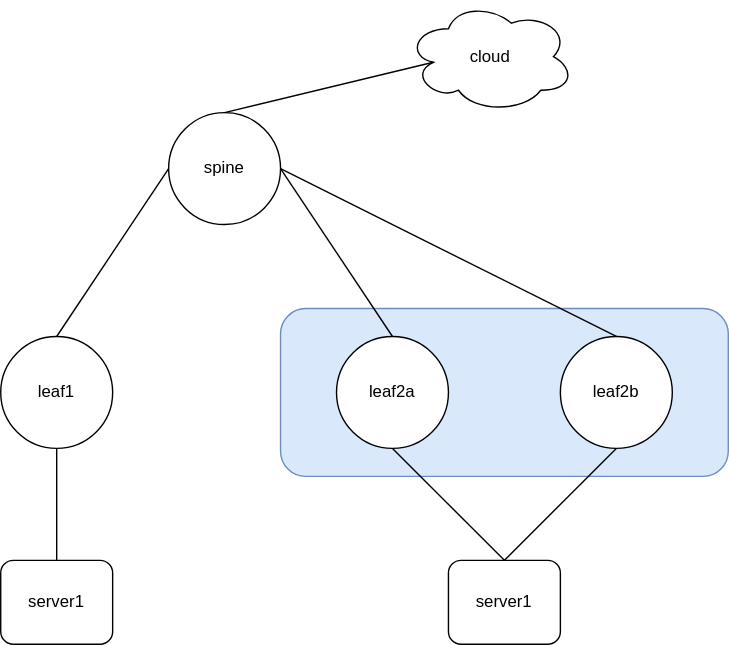
This is source/_posts/vxlan-simple/vxlan-simple.drawio.svg from martyrsmith/martyrsmith.github.io, a draw.io export, as it was before one commit. Source tidied: cells renumbered, new cells last; positions are measured from the earlier drawing's top-left corner, leaving out a move shared by most shapes. Its diagram source:
```xml
<mxGraphModel>
  <root>
    <mxCell id="0" />
    <mxCell id="1" parent="0" />
    <mxCell id="2" style="rounded=1;whiteSpace=wrap;html=1;fillColor=#dae8fc;strokeColor=#6c8ebf;" parent="1" vertex="1">
      <mxGeometry x="200" y="220" width="320" height="120" as="geometry" />
    </mxCell>
    <mxCell id="3" value="spine" style="ellipse;whiteSpace=wrap;html=1;" parent="1" vertex="1">
      <mxGeometry x="120" y="80" width="80" height="80" as="geometry" />
    </mxCell>
    <mxCell id="4" style="rounded=0;jettySize=auto;html=1;exitX=0.5;exitY=0;exitDx=0;exitDy=0;entryX=0;entryY=0.5;entryDx=0;entryDy=0;endArrow=none;endFill=0;" parent="1" edge="1" source="5" target="3">
      <mxGeometry relative="1" as="geometry" />
    </mxCell>
    <mxCell id="5" value="leaf1" style="ellipse;whiteSpace=wrap;html=1;" parent="1" vertex="1">
      <mxGeometry y="240" width="80" height="80" as="geometry" />
    </mxCell>
    <mxCell id="6" style="rounded=0;jettySize=auto;html=1;exitX=0.5;exitY=0;exitDx=0;exitDy=0;entryX=1;entryY=0.5;entryDx=0;entryDy=0;endArrow=none;endFill=0;" parent="1" edge="1" source="7" target="3">
      <mxGeometry relative="1" as="geometry" />
    </mxCell>
    <mxCell id="7" value="leaf2a" style="ellipse;whiteSpace=wrap;html=1;" parent="1" vertex="1">
      <mxGeometry x="240" y="240" width="80" height="80" as="geometry" />
    </mxCell>
    <mxCell id="8" style="rounded=0;jettySize=auto;html=1;exitX=0.5;exitY=0;exitDx=0;exitDy=0;entryX=1;entryY=0.5;entryDx=0;entryDy=0;endArrow=none;endFill=0;" parent="1" edge="1" source="9" target="3">
      <mxGeometry relative="1" as="geometry" />
    </mxCell>
    <mxCell id="9" value="leaf2b" style="ellipse;whiteSpace=wrap;html=1;" parent="1" vertex="1">
      <mxGeometry x="400" y="240" width="80" height="80" as="geometry" />
    </mxCell>
    <mxCell id="10" style="edgeStyle=none;rounded=0;jettySize=auto;html=1;exitX=0.5;exitY=0;exitDx=0;exitDy=0;entryX=0.5;entryY=1;entryDx=0;entryDy=0;endArrow=none;endFill=0;" parent="1" edge="1" source="11" target="5">
      <mxGeometry relative="1" as="geometry" />
    </mxCell>
    <mxCell id="11" value="server1" style="rounded=1;whiteSpace=wrap;html=1;" parent="1" vertex="1">
      <mxGeometry y="400" width="80" height="60" as="geometry" />
    </mxCell>
    <mxCell id="12" style="edgeStyle=none;rounded=0;jettySize=auto;html=1;exitX=0.5;exitY=0;exitDx=0;exitDy=0;entryX=0.5;entryY=1;entryDx=0;entryDy=0;endArrow=none;endFill=0;" parent="1" edge="1" source="14" target="7">
      <mxGeometry relative="1" as="geometry" />
    </mxCell>
    <mxCell id="13" style="edgeStyle=none;rounded=0;jettySize=auto;html=1;exitX=0.5;exitY=0;exitDx=0;exitDy=0;entryX=0.5;entryY=1;entryDx=0;entryDy=0;endArrow=none;endFill=0;" parent="1" edge="1" source="14" target="9">
      <mxGeometry relative="1" as="geometry" />
    </mxCell>
    <mxCell id="14" value="server1" style="rounded=1;whiteSpace=wrap;html=1;" parent="1" vertex="1">
      <mxGeometry x="320" y="400" width="80" height="60" as="geometry" />
    </mxCell>
    <mxCell id="15" value="cloud" style="ellipse;shape=cloud;whiteSpace=wrap;html=1;" parent="1" vertex="1">
      <mxGeometry x="290" width="120" height="80" as="geometry" />
    </mxCell>
    <mxCell id="16" style="endArrow=none;html=1;rounded=0;entryX=0.16;entryY=0.55;entryDx=0;entryDy=0;entryPerimeter=0;exitX=0.5;exitY=0;exitDx=0;exitDy=0;" parent="1" edge="1" source="3" target="15">
      <mxGeometry relative="1" as="geometry" />
    </mxCell>
  </root>
</mxGraphModel>
```
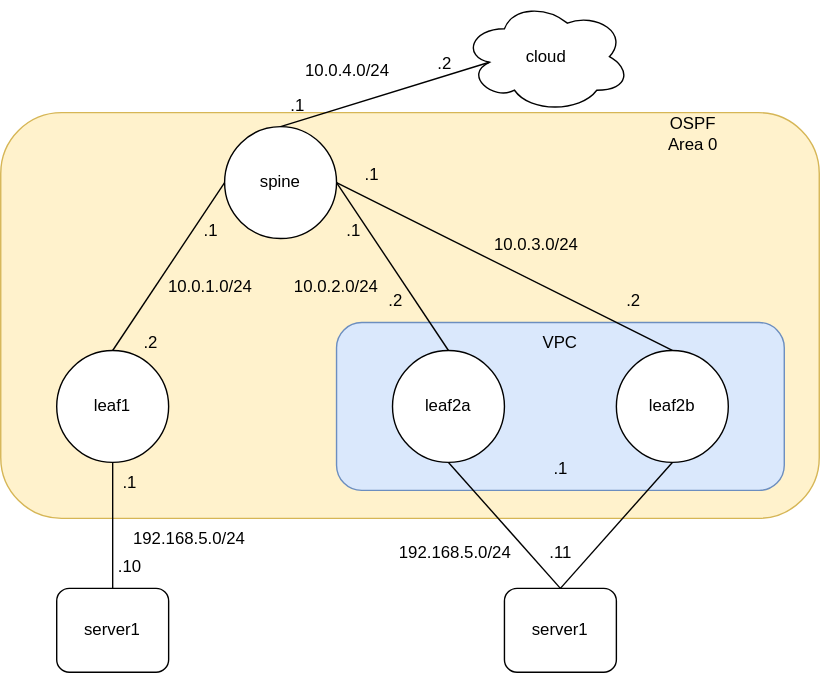
After the commit.

Commit message:
vxlan - temp

Diff of the diagram source:
```diff
@@ -2,6 +2,9 @@
   <root>
     <mxCell id="0" />
     <mxCell id="1" parent="0" />
+    <mxCell id="17" style="rounded=1;whiteSpace=wrap;html=1;fillColor=#fff2cc;strokeColor=#d6b656;" parent="1" vertex="1">
+      <mxGeometry x="-40" y="70" width="585" height="290" as="geometry" />
+    </mxCell>
     <mxCell id="2" style="rounded=1;whiteSpace=wrap;html=1;fillColor=#dae8fc;strokeColor=#6c8ebf;" parent="1" vertex="1">
       <mxGeometry x="200" y="220" width="320" height="120" as="geometry" />
     </mxCell>
@@ -30,7 +33,7 @@
       <mxGeometry relative="1" as="geometry" />
     </mxCell>
     <mxCell id="11" value="server1" style="rounded=1;whiteSpace=wrap;html=1;" parent="1" vertex="1">
-      <mxGeometry y="400" width="80" height="60" as="geometry" />
+      <mxGeometry y="410" width="80" height="60" as="geometry" />
     </mxCell>
     <mxCell id="12" style="edgeStyle=none;rounded=0;jettySize=auto;html=1;exitX=0.5;exitY=0;exitDx=0;exitDy=0;entryX=0.5;entryY=1;entryDx=0;entryDy=0;endArrow=none;endFill=0;" parent="1" edge="1" source="14" target="7">
       <mxGeometry relative="1" as="geometry" />
@@ -39,13 +42,73 @@
       <mxGeometry relative="1" as="geometry" />
     </mxCell>
     <mxCell id="14" value="server1" style="rounded=1;whiteSpace=wrap;html=1;" parent="1" vertex="1">
-      <mxGeometry x="320" y="400" width="80" height="60" as="geometry" />
+      <mxGeometry x="320" y="410" width="80" height="60" as="geometry" />
     </mxCell>
     <mxCell id="15" value="cloud" style="ellipse;shape=cloud;whiteSpace=wrap;html=1;" parent="1" vertex="1">
-      <mxGeometry x="290" width="120" height="80" as="geometry" />
+      <mxGeometry x="290" y="-10" width="120" height="80" as="geometry" />
     </mxCell>
     <mxCell id="16" style="endArrow=none;html=1;rounded=0;entryX=0.16;entryY=0.55;entryDx=0;entryDy=0;entryPerimeter=0;exitX=0.5;exitY=0;exitDx=0;exitDy=0;" parent="1" edge="1" source="3" target="15">
       <mxGeometry relative="1" as="geometry" />
     </mxCell>
+    <mxCell id="18" value="10.0.2.0/24" style="text;html=1;strokeColor=none;fillColor=none;align=center;verticalAlign=middle;whiteSpace=wrap;rounded=0;" parent="1" vertex="1">
+      <mxGeometry x="170" y="180" width="60" height="30" as="geometry" />
+    </mxCell>
+    <mxCell id="19" value="10.0.3.0/24" style="text;html=1;strokeColor=none;fillColor=none;align=center;verticalAlign=middle;whiteSpace=wrap;rounded=0;" parent="1" vertex="1">
+      <mxGeometry x="312.5" y="150" width="60" height="30" as="geometry" />
+    </mxCell>
+    <mxCell id="20" value="10.0.1.0/24" style="text;html=1;strokeColor=none;fillColor=none;align=center;verticalAlign=middle;whiteSpace=wrap;rounded=0;" parent="1" vertex="1">
+      <mxGeometry x="80" y="180" width="60" height="30" as="geometry" />
+    </mxCell>
+    <mxCell id="21" value="192.168.5.0/24" style="text;html=1;strokeColor=none;fillColor=none;align=center;verticalAlign=middle;whiteSpace=wrap;rounded=0;" parent="1" vertex="1">
+      <mxGeometry x="50" y="360" width="90" height="30" as="geometry" />
+    </mxCell>
+    <mxCell id="22" value=".1" style="text;html=1;strokeColor=none;fillColor=none;align=center;verticalAlign=middle;whiteSpace=wrap;rounded=0;" parent="1" vertex="1">
+      <mxGeometry x="347.5" y="310" width="25" height="30" as="geometry" />
+    </mxCell>
+    <mxCell id="23" value=".1" style="text;html=1;strokeColor=none;fillColor=none;align=center;verticalAlign=middle;whiteSpace=wrap;rounded=0;" parent="1" vertex="1">
+      <mxGeometry x="40" y="320" width="25" height="30" as="geometry" />
+    </mxCell>
+    <mxCell id="24" value=".1" style="text;html=1;strokeColor=none;fillColor=none;align=center;verticalAlign=middle;whiteSpace=wrap;rounded=0;" parent="1" vertex="1">
+      <mxGeometry x="97.5" y="140" width="25" height="30" as="geometry" />
+    </mxCell>
+    <mxCell id="25" value=".1" style="text;html=1;strokeColor=none;fillColor=none;align=center;verticalAlign=middle;whiteSpace=wrap;rounded=0;" parent="1" vertex="1">
+      <mxGeometry x="200" y="140" width="25" height="30" as="geometry" />
+    </mxCell>
+    <mxCell id="26" value=".1" style="text;html=1;strokeColor=none;fillColor=none;align=center;verticalAlign=middle;whiteSpace=wrap;rounded=0;" parent="1" vertex="1">
+      <mxGeometry x="213" y="100" width="25" height="30" as="geometry" />
+    </mxCell>
+    <mxCell id="27" value=".1" style="text;html=1;strokeColor=none;fillColor=none;align=center;verticalAlign=middle;whiteSpace=wrap;rounded=0;" parent="1" vertex="1">
+      <mxGeometry x="160" y="50" width="25" height="30" as="geometry" />
+    </mxCell>
+    <mxCell id="28" value="10.0.4.0/24" style="text;html=1;strokeColor=none;fillColor=none;align=center;verticalAlign=middle;whiteSpace=wrap;rounded=0;" parent="1" vertex="1">
+      <mxGeometry x="178" y="25" width="60" height="30" as="geometry" />
+    </mxCell>
+    <mxCell id="29" value=".2" style="text;html=1;strokeColor=none;fillColor=none;align=center;verticalAlign=middle;whiteSpace=wrap;rounded=0;" parent="1" vertex="1">
+      <mxGeometry x="265" y="20" width="25" height="30" as="geometry" />
+    </mxCell>
+    <mxCell id="30" value=".2" style="text;html=1;strokeColor=none;fillColor=none;align=center;verticalAlign=middle;whiteSpace=wrap;rounded=0;" parent="1" vertex="1">
+      <mxGeometry x="230" y="190" width="25" height="30" as="geometry" />
+    </mxCell>
+    <mxCell id="31" value=".2" style="text;html=1;strokeColor=none;fillColor=none;align=center;verticalAlign=middle;whiteSpace=wrap;rounded=0;" parent="1" vertex="1">
+      <mxGeometry x="400" y="190" width="25" height="30" as="geometry" />
+    </mxCell>
+    <mxCell id="32" value=".2" style="text;html=1;strokeColor=none;fillColor=none;align=center;verticalAlign=middle;whiteSpace=wrap;rounded=0;" parent="1" vertex="1">
+      <mxGeometry x="55" y="220" width="25" height="30" as="geometry" />
+    </mxCell>
+    <mxCell id="33" value=".10" style="text;html=1;strokeColor=none;fillColor=none;align=center;verticalAlign=middle;whiteSpace=wrap;rounded=0;" parent="1" vertex="1">
+      <mxGeometry x="40" y="380" width="25" height="30" as="geometry" />
+    </mxCell>
+    <mxCell id="34" value=".11" style="text;html=1;strokeColor=none;fillColor=none;align=center;verticalAlign=middle;whiteSpace=wrap;rounded=0;" parent="1" vertex="1">
+      <mxGeometry x="347.5" y="370" width="25" height="30" as="geometry" />
+    </mxCell>
+    <mxCell id="35" value="192.168.5.0/24" style="text;html=1;strokeColor=none;fillColor=none;align=center;verticalAlign=middle;whiteSpace=wrap;rounded=0;" parent="1" vertex="1">
+      <mxGeometry x="240" y="370" width="90" height="30" as="geometry" />
+    </mxCell>
+    <mxCell id="36" value="VPC" style="text;html=1;strokeColor=none;fillColor=none;align=center;verticalAlign=middle;whiteSpace=wrap;rounded=0;" parent="1" vertex="1">
+      <mxGeometry x="330" y="220" width="60" height="30" as="geometry" />
+    </mxCell>
+    <mxCell id="37" value="OSPF Area 0" style="text;html=1;strokeColor=none;fillColor=none;align=center;verticalAlign=middle;whiteSpace=wrap;rounded=0;" parent="1" vertex="1">
+      <mxGeometry x="425" y="70" width="60" height="30" as="geometry" />
+    </mxCell>
   </root>
 </mxGraphModel>
```
